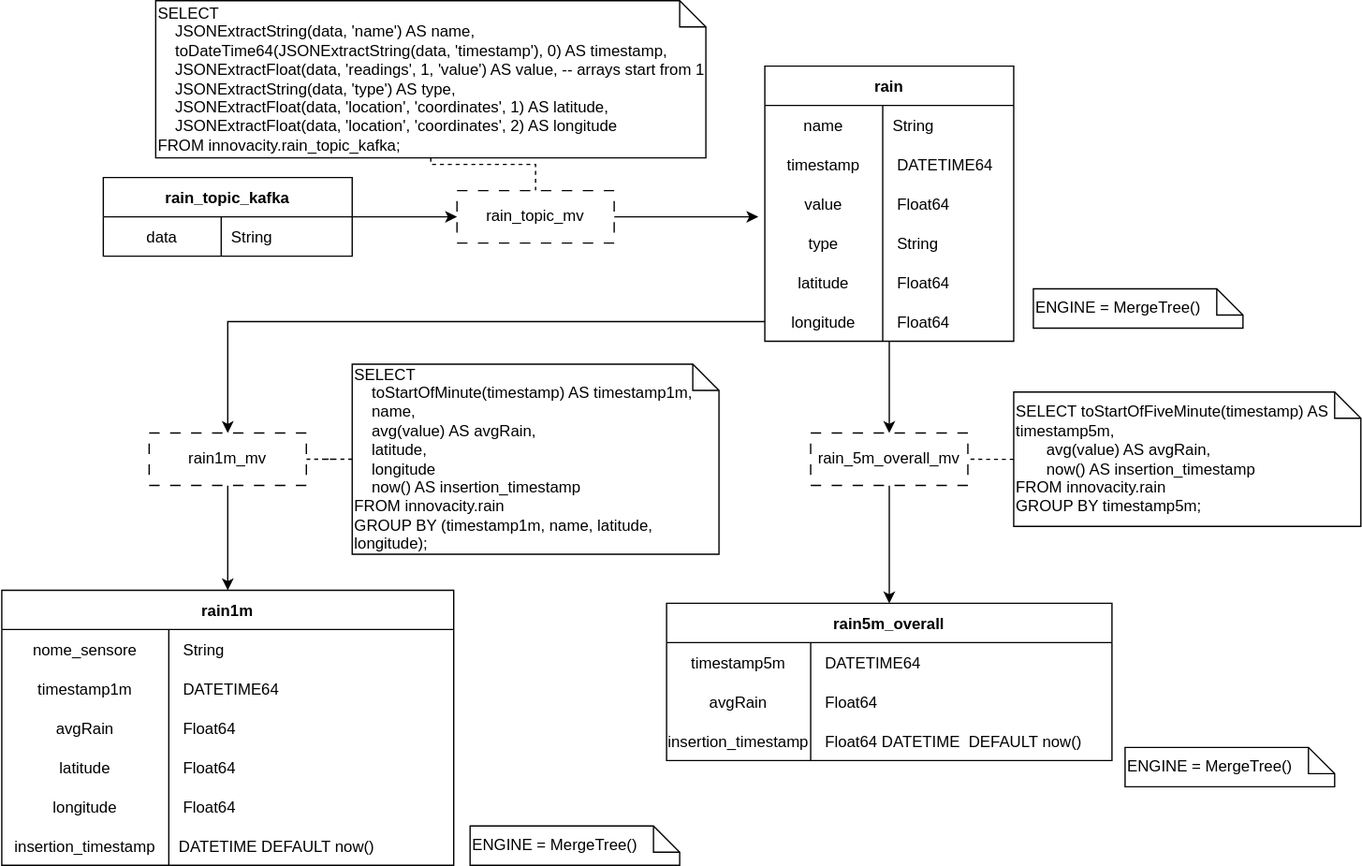
Earlier version of the draw.io export src/3_PB/SpecificaTecnica/DBscheme/DB_Rain.svg (SWATEngineering/Docs). Source tidied: cells renumbered, new cells last; positions are measured from the earlier drawing's top-left corner, leaving out a move shared by most shapes.
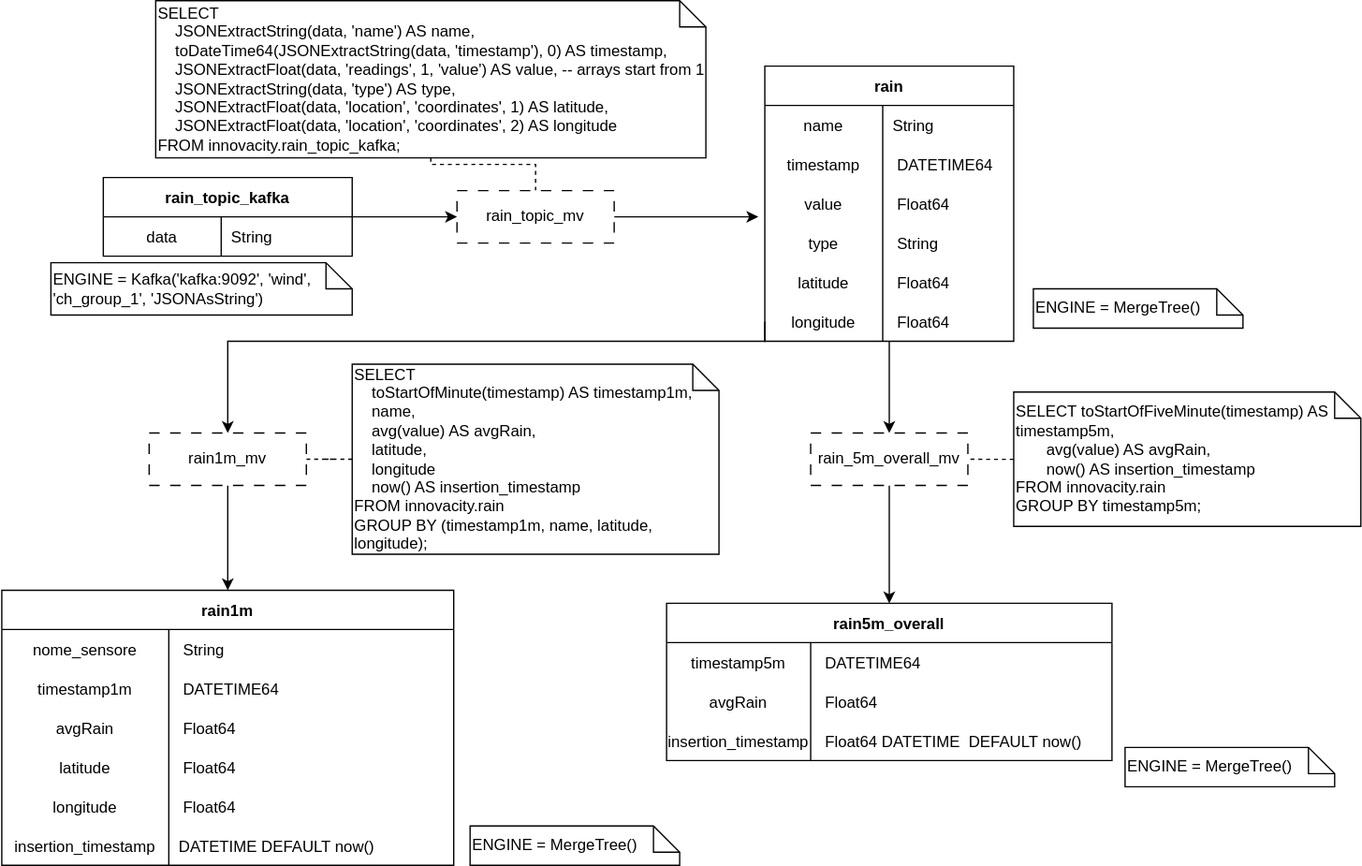
After the change.

Change to the diagram source:
```diff
@@ -6,7 +6,12 @@
       <mxGeometry relative="1" as="geometry" />
     </mxCell>
     <mxCell id="3" style="edgeStyle=orthogonalEdgeStyle;rounded=0;jettySize=auto;html=1;exitX=0;exitY=0.5;exitDx=0;exitDy=0;" parent="1" edge="1" source="25" target="62">
-      <mxGeometry relative="1" as="geometry" />
+      <mxGeometry relative="1" as="geometry">
+        <Array as="points">
+          <mxPoint x="583" y="260" />
+          <mxPoint x="173" y="260" />
+        </Array>
+      </mxGeometry>
     </mxCell>
     <mxCell id="4" value="rain_topic_kafka" style="shape=table;startSize=30;rowLines=0;fontStyle=1;align=center;" parent="1" vertex="1">
       <mxGeometry x="78" y="135" width="190" height="60" as="geometry" />
@@ -214,5 +219,8 @@
     <mxCell id="71" value="&lt;div align=&quot;left&quot;&gt;ENGINE = MergeTree()&lt;/div&gt;" style="shape=note;size=20;whiteSpace=wrap;html=1;align=left;" parent="1" vertex="1">
       <mxGeometry x="358" y="630" width="160" height="30" as="geometry" />
     </mxCell>
+    <mxCell id="72" value="ENGINE = Kafka('kafka:9092', 'wind', 'ch_group_1', 'JSONAsString')" style="shape=note;size=20;whiteSpace=wrap;html=1;align=left;" parent="1" vertex="1">
+      <mxGeometry x="38" y="200" width="230" height="40" as="geometry" />
+    </mxCell>
   </root>
 </mxGraphModel>
```
